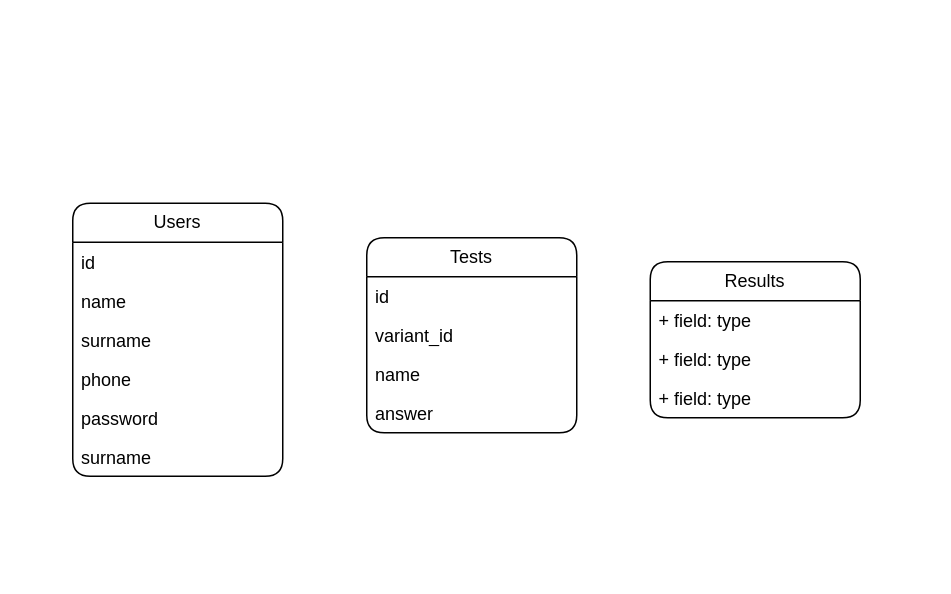
Above: GRE.drawio in MardonAslonov/DrawIo (draw.io), before the change. Source tidied: cells renumbered, new cells numbered last; positions are measured from the earlier drawing's top-left corner, leaving out a move shared by most shapes. Both pictures are drawn from the tidied source at 150%, with x=0, y=0 at pixel (72, 202).
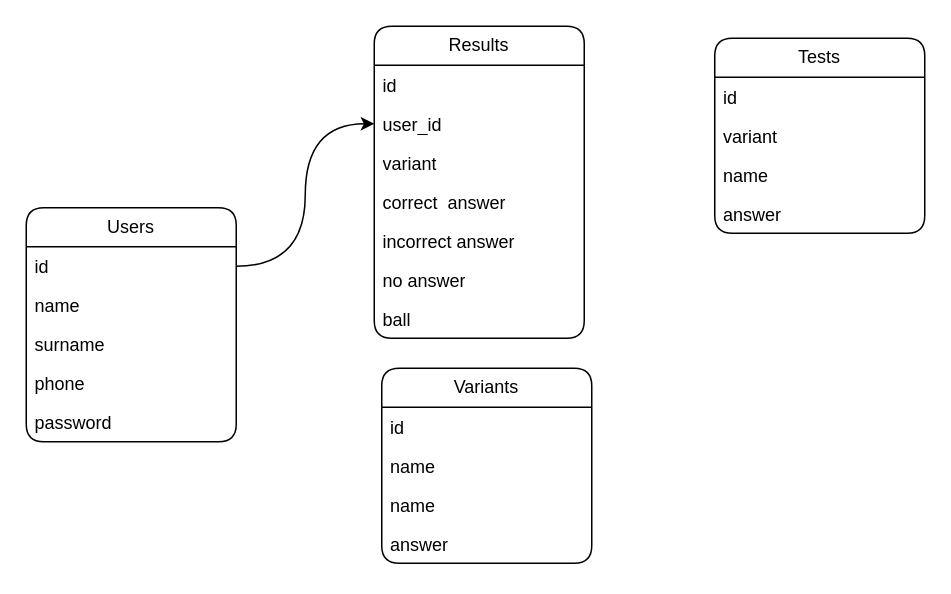
After the change.

The change refers to these unchanged cells:
```xml
<mxCell id="8" value="id" style="text;strokeColor=none;fillColor=none;align=left;verticalAlign=top;spacingLeft=4;spacingRight=4;overflow=hidden;points=[[0,0.5],[1,0.5]];portConstraint=eastwest;whiteSpace=wrap;html=1;" parent="7" vertex="1">
  <mxGeometry y="26" width="140" height="26" as="geometry" />
</mxCell>
```

The edit, as a diff of the source:
```diff
@@
     <mxCell id="2" value="Tests" style="swimlane;fontStyle=0;horizontal=1;startSize=26;fillColor=none;whiteSpace=wrap;html=1;rounded=1;" parent="1" vertex="1">
-      <mxGeometry x="196" y="23" width="140" height="130" as="geometry" />
+      <mxGeometry x="428" y="-110" width="140" height="130" as="geometry" />
     </mxCell>
@@
-    <mxCell id="4" value="variant_id" style="text;strokeColor=none;fillColor=none;align=left;verticalAlign=top;spacingLeft=4;spacingRight=4;overflow=hidden;whiteSpace=wrap;html=1;" parent="2" vertex="1">
+    <mxCell id="4" value="variant" style="text;strokeColor=none;fillColor=none;align=left;verticalAlign=top;spacingLeft=4;spacingRight=4;overflow=hidden;whiteSpace=wrap;html=1;" parent="2" vertex="1">
       <mxGeometry y="52" width="140" height="26" as="geometry" />
     </mxCell>
@@
     <mxCell id="7" value="Users" style="swimlane;fontStyle=0;horizontal=1;startSize=26;fillColor=none;whiteSpace=wrap;html=1;rounded=1;" parent="1" vertex="1">
-      <mxGeometry width="140" height="182" as="geometry" />
+      <mxGeometry x="-31" y="3" width="140" height="156" as="geometry" />
     </mxCell>
@@
-    <mxCell id="13" value="surname&lt;br&gt;" style="text;strokeColor=none;fillColor=none;align=left;verticalAlign=top;spacingLeft=4;spacingRight=4;overflow=hidden;whiteSpace=wrap;html=1;" parent="7" vertex="1">
-      <mxGeometry y="156" width="140" height="26" as="geometry" />
-    </mxCell>
     <mxCell id="14" value="Results" style="swimlane;fontStyle=0;horizontal=1;startSize=26;fillColor=none;whiteSpace=wrap;html=1;rounded=1;" parent="1" vertex="1">
-      <mxGeometry x="385" y="39" width="140" height="104" as="geometry" />
+      <mxGeometry x="201" y="-118" width="140" height="208" as="geometry" />
     </mxCell>
-    <mxCell id="15" value="+ field: type" style="text;strokeColor=none;fillColor=none;align=left;verticalAlign=top;spacingLeft=4;spacingRight=4;overflow=hidden;whiteSpace=wrap;html=1;" parent="14" vertex="1">
+    <mxCell id="15" value="id" style="text;strokeColor=none;fillColor=none;align=left;verticalAlign=top;spacingLeft=4;spacingRight=4;overflow=hidden;whiteSpace=wrap;html=1;" parent="14" vertex="1">
       <mxGeometry y="26" width="140" height="26" as="geometry" />
     </mxCell>
-    <mxCell id="16" value="+ field: type" style="text;strokeColor=none;fillColor=none;align=left;verticalAlign=top;spacingLeft=4;spacingRight=4;overflow=hidden;points=[[0,0.5],[1,0.5]];portConstraint=eastwest;whiteSpace=wrap;html=1;" parent="14" vertex="1">
+    <mxCell id="16" value="user_id" style="text;strokeColor=none;fillColor=none;align=left;verticalAlign=top;spacingLeft=4;spacingRight=4;overflow=hidden;points=[[0,0.5],[1,0.5]];portConstraint=eastwest;whiteSpace=wrap;html=1;" parent="14" vertex="1">
       <mxGeometry y="52" width="140" height="26" as="geometry" />
     </mxCell>
-    <mxCell id="17" value="+ field: type" style="text;strokeColor=none;fillColor=none;align=left;verticalAlign=top;spacingLeft=4;spacingRight=4;overflow=hidden;whiteSpace=wrap;html=1;" parent="14" vertex="1">
+    <mxCell id="17" value="variant" style="text;strokeColor=none;fillColor=none;align=left;verticalAlign=top;spacingLeft=4;spacingRight=4;overflow=hidden;whiteSpace=wrap;html=1;" parent="14" vertex="1">
       <mxGeometry y="78" width="140" height="26" as="geometry" />
     </mxCell>
+    <mxCell id="18" value="correct&amp;nbsp; answer" style="text;strokeColor=none;fillColor=none;align=left;verticalAlign=top;spacingLeft=4;spacingRight=4;overflow=hidden;whiteSpace=wrap;html=1;" parent="14" vertex="1">
+      <mxGeometry y="104" width="140" height="26" as="geometry" />
+    </mxCell>
+    <mxCell id="19" value="incorrect answer" style="text;strokeColor=none;fillColor=none;align=left;verticalAlign=top;spacingLeft=4;spacingRight=4;overflow=hidden;whiteSpace=wrap;html=1;" parent="14" vertex="1">
+      <mxGeometry y="130" width="140" height="26" as="geometry" />
+    </mxCell>
+    <mxCell id="20" value="no answer" style="text;strokeColor=none;fillColor=none;align=left;verticalAlign=top;spacingLeft=4;spacingRight=4;overflow=hidden;whiteSpace=wrap;html=1;" parent="14" vertex="1">
+      <mxGeometry y="156" width="140" height="26" as="geometry" />
+    </mxCell>
+    <mxCell id="21" value="ball" style="text;strokeColor=none;fillColor=none;align=left;verticalAlign=top;spacingLeft=4;spacingRight=4;overflow=hidden;whiteSpace=wrap;html=1;" parent="14" vertex="1">
+      <mxGeometry y="182" width="140" height="26" as="geometry" />
+    </mxCell>
+    <mxCell id="22" style="edgeStyle=orthogonalEdgeStyle;rounded=0;jettySize=auto;html=1;entryX=0;entryY=0.5;entryDx=0;entryDy=0;curved=1;" parent="1" edge="1" source="8" target="16">
+      <mxGeometry relative="1" as="geometry" />
+    </mxCell>
+    <mxCell id="23" value="Variants" style="swimlane;fontStyle=0;horizontal=1;startSize=26;fillColor=none;whiteSpace=wrap;html=1;rounded=1;" parent="1" vertex="1">
+      <mxGeometry x="206" y="110" width="140" height="130" as="geometry" />
+    </mxCell>
+    <mxCell id="24" value="id" style="text;strokeColor=none;fillColor=none;align=left;verticalAlign=top;spacingLeft=4;spacingRight=4;overflow=hidden;whiteSpace=wrap;html=1;" parent="23" vertex="1">
+      <mxGeometry y="26" width="140" height="26" as="geometry" />
+    </mxCell>
+    <mxCell id="25" value="name" style="text;strokeColor=none;fillColor=none;align=left;verticalAlign=top;spacingLeft=4;spacingRight=4;overflow=hidden;whiteSpace=wrap;html=1;" parent="23" vertex="1">
+      <mxGeometry y="52" width="140" height="26" as="geometry" />
+    </mxCell>
+    <mxCell id="26" value="name" style="text;strokeColor=none;fillColor=none;align=left;verticalAlign=top;spacingLeft=4;spacingRight=4;overflow=hidden;whiteSpace=wrap;html=1;" parent="23" vertex="1">
+      <mxGeometry y="78" width="140" height="26" as="geometry" />
+    </mxCell>
+    <mxCell id="27" value="answer" style="text;strokeColor=none;fillColor=none;align=left;verticalAlign=top;spacingLeft=4;spacingRight=4;overflow=hidden;whiteSpace=wrap;html=1;" parent="23" vertex="1">
+      <mxGeometry y="104" width="140" height="26" as="geometry" />
+    </mxCell>
```
